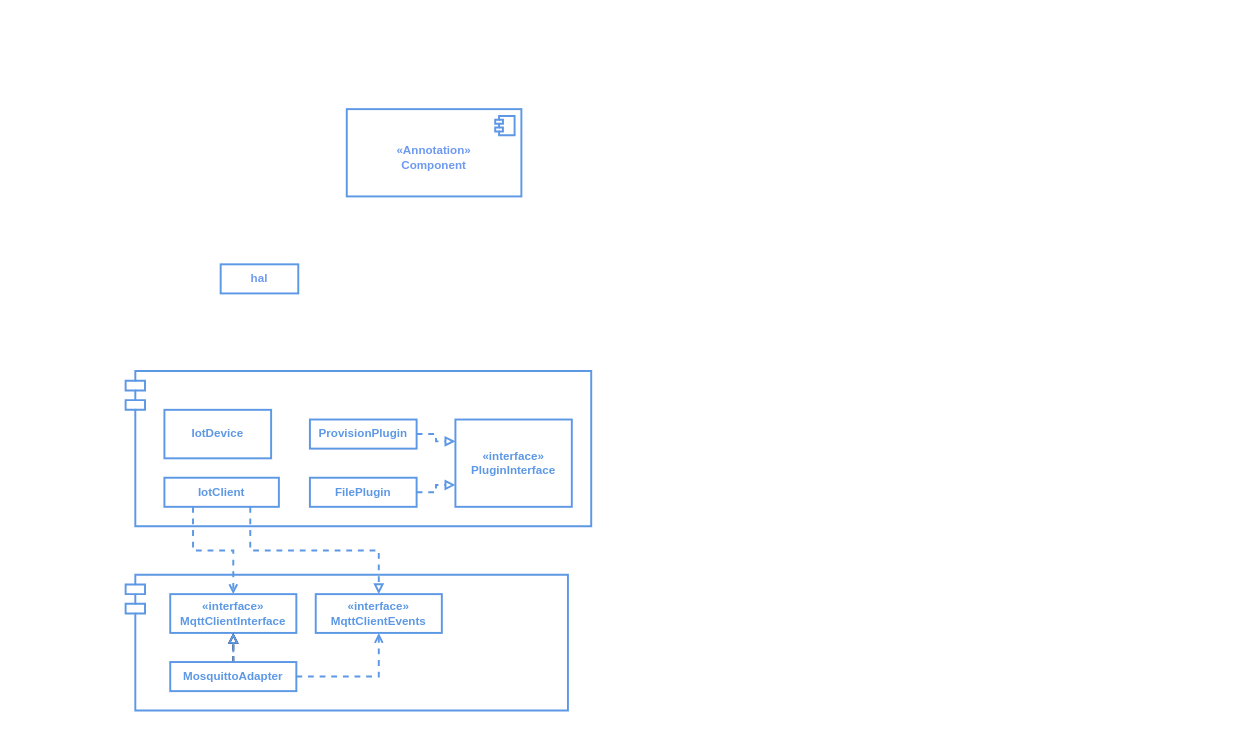
Earlier version of the draw.io diagram 割草机组件图.drawio (xunzhaoxusanduo/1-drawio). Source tidied: cells renumbered, new cells numbered last; positions are measured from the earlier drawing's top-left corner, leaving out a move shared by most shapes. Both pictures are drawn from the tidied source at 97%, with x=0, y=0 at pixel (125, 109).
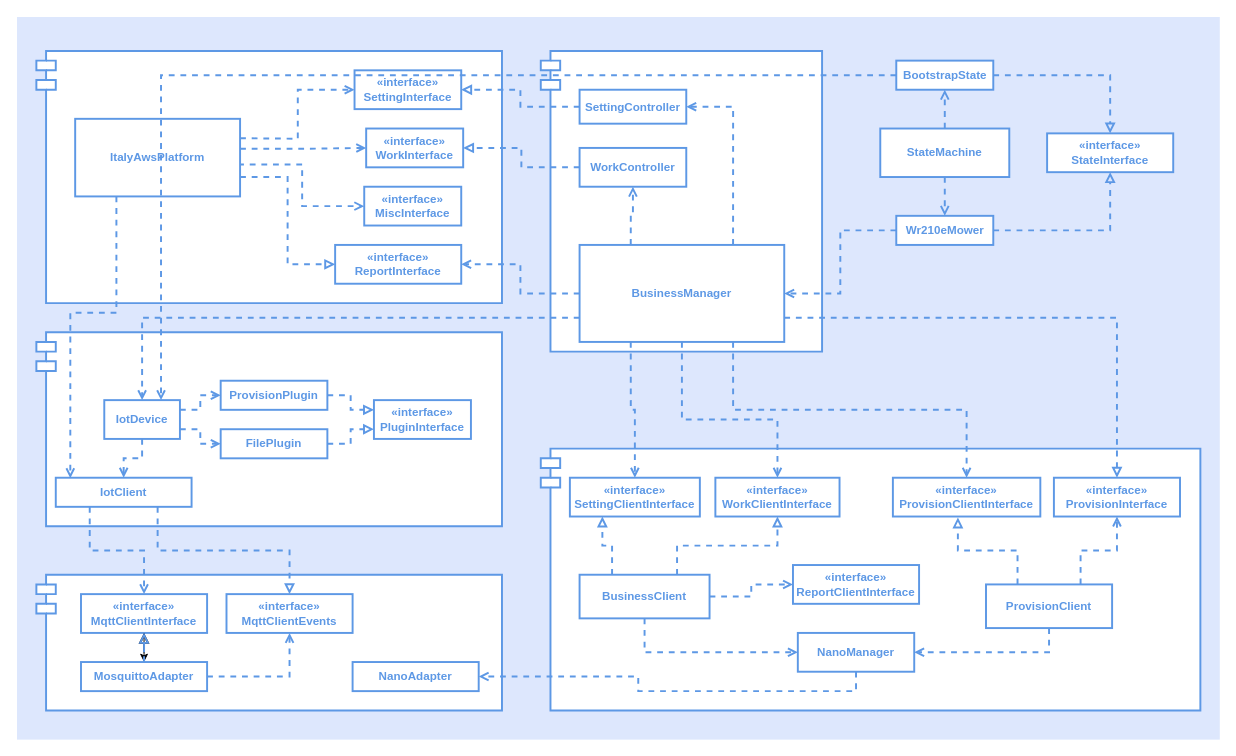
The same diagram, later.

Commit message:
更新割草机组件图.drawio

Diff of the diagram source:
```diff
@@
+    <mxCell id="22" style="rounded=0;whiteSpace=wrap;html=1;fillColor=#dde7fd;strokeColor=none;" parent="1" vertex="1">
+      <mxGeometry x="-112" y="-95" width="1240" height="745" as="geometry" />
+    </mxCell>
+    <mxCell id="23" style="shape=module;align=left;spacingLeft=20;align=center;verticalAlign=middle;whiteSpace=wrap;html=1;strokeColor=#5d98e5;fontColor=#6d99f1;fontStyle=1;spacingTop=10;strokeWidth=2;" parent="1" vertex="1">
+      <mxGeometry x="428" y="-60" width="290" height="310" as="geometry" />
+    </mxCell>
+    <mxCell id="24" style="shape=module;align=left;spacingLeft=20;align=center;verticalAlign=middle;whiteSpace=wrap;html=1;strokeColor=#5d98e5;fontColor=#6d99f1;fontStyle=1;spacingTop=10;strokeWidth=2;" parent="1" vertex="1">
+      <mxGeometry x="-92" y="-60" width="480" height="260" as="geometry" />
+    </mxCell>
+    <mxCell id="25" style="shape=module;align=left;spacingLeft=20;align=center;verticalAlign=middle;whiteSpace=wrap;html=1;strokeColor=#5d98e5;fontColor=#6d99f1;fontStyle=1;spacingTop=10;strokeWidth=2;" parent="1" vertex="1">
+      <mxGeometry x="428" y="350" width="680" height="270" as="geometry" />
+    </mxCell>
     <mxCell id="2" style="shape=module;align=left;spacingLeft=20;align=center;verticalAlign=middle;whiteSpace=wrap;html=1;strokeColor=#5d98e5;fontColor=#6d99f1;fontStyle=1;spacingTop=10;strokeWidth=2;" parent="1" vertex="1">
-      <mxGeometry y="480" width="456" height="140" as="geometry" />
+      <mxGeometry x="-92" y="480" width="480" height="140" as="geometry" />
     </mxCell>
-    <mxCell id="3" value="&lt;b&gt;hal&lt;/b&gt;" style="text;html=1;strokeColor=#5d98e5;fillColor=none;align=center;verticalAlign=middle;whiteSpace=wrap;rounded=0;strokeWidth=2;fontColor=#6d99f1;" parent="1" vertex="1">
-      <mxGeometry x="98" y="160" width="80" height="30" as="geometry" />
-    </mxCell>
-    <mxCell id="4" value="&amp;laquo;Annotation&amp;raquo;&lt;br/&gt;&lt;b&gt;Component&lt;/b&gt;" style="html=1;whiteSpace=wrap;strokeColor=#5d98e5;fontColor=#6d99f1;fontStyle=1;spacingTop=10;strokeWidth=2;" parent="1" vertex="1">
-      <mxGeometry x="228" width="180" height="90" as="geometry" />
-    </mxCell>
-    <mxCell id="5" style="shape=module;jettyWidth=8;jettyHeight=4;strokeColor=#5d98e5;fontColor=#6d99f1;fontStyle=1;spacingTop=10;strokeWidth=2;" parent="4" vertex="1">
-      <mxGeometry x="1" width="20" height="20" relative="1" as="geometry">
-        <mxPoint x="-27" y="7" as="offset" />
-      </mxGeometry>
-    </mxCell>
+    <mxCell id="26" style="edgeStyle=orthogonalEdgeStyle;rounded=0;jettySize=auto;html=1;" parent="1" edge="1" source="6" target="10">
+      <mxGeometry relative="1" as="geometry" />
+    </mxCell>
     <mxCell id="6" value="&lt;font color=&quot;#5d98e5&quot;&gt;&lt;b&gt;«interface»&lt;br&gt;MqttClientInterface&lt;/b&gt;&lt;br&gt;&lt;/font&gt;" style="html=1;whiteSpace=wrap;strokeWidth=2;strokeColor=#5d98e5;" parent="1" vertex="1">
-      <mxGeometry x="46" y="500" width="130" height="40" as="geometry" />
+      <mxGeometry x="-46" y="500" width="130" height="40" as="geometry" />
     </mxCell>
@@
     <mxCell id="10" value="&lt;font color=&quot;#5d98e5&quot;&gt;&lt;b&gt;MosquittoAdapter&lt;/b&gt;&lt;/font&gt;" style="html=1;whiteSpace=wrap;strokeColor=#5d98e5;strokeWidth=2;" parent="1" vertex="1">
-      <mxGeometry x="46" y="570" width="130" height="30" as="geometry" />
+      <mxGeometry x="-46" y="570" width="130" height="30" as="geometry" />
     </mxCell>
     <mxCell id="11" value="&lt;font color=&quot;#5d98e5&quot;&gt;&lt;b&gt;«interface»&lt;br&gt;MqttClientEvents&lt;/b&gt;&lt;br&gt;&lt;/font&gt;" style="html=1;whiteSpace=wrap;strokeWidth=2;strokeColor=#5d98e5;" parent="1" vertex="1">
-      <mxGeometry x="196" y="500" width="130" height="40" as="geometry" />
+      <mxGeometry x="104" y="500" width="130" height="40" as="geometry" />
     </mxCell>
     <mxCell id="12" style="shape=module;align=left;spacingLeft=20;align=center;verticalAlign=middle;whiteSpace=wrap;html=1;strokeColor=#5d98e5;fontColor=#6d99f1;fontStyle=1;spacingTop=10;strokeWidth=2;" parent="1" vertex="1">
-      <mxGeometry y="270" width="480" height="160" as="geometry" />
+      <mxGeometry x="-92" y="230" width="480" height="200" as="geometry" />
     </mxCell>
+    <mxCell id="27" style="edgeStyle=orthogonalEdgeStyle;rounded=0;jettySize=auto;html=1;exitX=0.5;exitY=1;exitDx=0;exitDy=0;endArrow=open;strokeColor=#5d98e5;endFill=0;strokeWidth=2;dashed=1;" parent="1" edge="1" source="13" target="21">
+      <mxGeometry relative="1" as="geometry" />
+    </mxCell>
+    <mxCell id="28" style="edgeStyle=orthogonalEdgeStyle;rounded=0;jettySize=auto;html=1;exitX=1;exitY=0.75;exitDx=0;exitDy=0;entryX=0;entryY=0.5;entryDx=0;entryDy=0;endArrow=open;strokeColor=#5d98e5;endFill=0;strokeWidth=2;dashed=1;" parent="1" edge="1" source="13" target="18">
+      <mxGeometry relative="1" as="geometry" />
+    </mxCell>
+    <mxCell id="29" style="edgeStyle=orthogonalEdgeStyle;rounded=0;jettySize=auto;html=1;exitX=1;exitY=0.25;exitDx=0;exitDy=0;entryX=0;entryY=0.5;entryDx=0;entryDy=0;endArrow=open;strokeColor=#5d98e5;endFill=0;strokeWidth=2;dashed=1;" parent="1" edge="1" source="13" target="16">
+      <mxGeometry relative="1" as="geometry" />
+    </mxCell>
     <mxCell id="13" value="&lt;font color=&quot;#5d98e5&quot;&gt;&lt;b&gt;IotDevice&lt;/b&gt;&lt;/font&gt;" style="html=1;whiteSpace=wrap;strokeColor=#5d98e5;strokeWidth=2;" parent="1" vertex="1">
-      <mxGeometry x="40" y="310" width="110" height="50" as="geometry" />
+      <mxGeometry x="-22" y="300" width="78" height="40" as="geometry" />
     </mxCell>
     <mxCell id="14" value="&lt;font color=&quot;#5d98e5&quot;&gt;&lt;b&gt;«interface»&lt;br&gt;PluginInterface&lt;/b&gt;&lt;br&gt;&lt;/font&gt;" style="html=1;whiteSpace=wrap;strokeWidth=2;strokeColor=#5d98e5;" parent="1" vertex="1">
-      <mxGeometry x="340" y="320" width="120" height="90" as="geometry" />
+      <mxGeometry x="256" y="300" width="100" height="40" as="geometry" />
     </mxCell>
@@
     <mxCell id="16" value="&lt;font color=&quot;#5d98e5&quot;&gt;&lt;b&gt;ProvisionPlugin&lt;/b&gt;&lt;/font&gt;" style="html=1;whiteSpace=wrap;strokeColor=#5d98e5;strokeWidth=2;" parent="1" vertex="1">
-      <mxGeometry x="190" y="320" width="110" height="30" as="geometry" />
+      <mxGeometry x="98" y="280" width="110" height="30" as="geometry" />
     </mxCell>
@@
     <mxCell id="18" value="&lt;font color=&quot;#5d98e5&quot;&gt;&lt;b&gt;FilePlugin&lt;/b&gt;&lt;/font&gt;" style="html=1;whiteSpace=wrap;strokeColor=#5d98e5;strokeWidth=2;" parent="1" vertex="1">
-      <mxGeometry x="190" y="380" width="110" height="30" as="geometry" />
+      <mxGeometry x="98" y="330" width="110" height="30" as="geometry" />
     </mxCell>
@@
     <mxCell id="21" value="&lt;font color=&quot;#5d98e5&quot;&gt;&lt;b&gt;IotClient&lt;/b&gt;&lt;/font&gt;" style="html=1;whiteSpace=wrap;strokeColor=#5d98e5;strokeWidth=2;" parent="1" vertex="1">
-      <mxGeometry x="40" y="380" width="118" height="30" as="geometry" />
+      <mxGeometry x="-72" y="380" width="140" height="30" as="geometry" />
     </mxCell>
+    <mxCell id="30" value="&lt;font color=&quot;#5d98e5&quot;&gt;&lt;b&gt;«interface»&lt;br&gt;SettingInterface&lt;/b&gt;&lt;br&gt;&lt;/font&gt;" style="html=1;whiteSpace=wrap;strokeWidth=2;strokeColor=#5d98e5;" parent="1" vertex="1">
+      <mxGeometry x="236" y="-40" width="110" height="40" as="geometry" />
+    </mxCell>
+    <mxCell id="31" value="&lt;font color=&quot;#5d98e5&quot;&gt;&lt;b&gt;«interface»&lt;br&gt;WorkInterface&lt;/b&gt;&lt;br&gt;&lt;/font&gt;" style="html=1;whiteSpace=wrap;strokeWidth=2;strokeColor=#5d98e5;" parent="1" vertex="1">
+      <mxGeometry x="248" y="20" width="100" height="40" as="geometry" />
+    </mxCell>
+    <mxCell id="32" value="&lt;font color=&quot;#5d98e5&quot;&gt;&lt;b&gt;«interface»&lt;br&gt;MiscInterface&lt;/b&gt;&lt;br&gt;&lt;/font&gt;" style="html=1;whiteSpace=wrap;strokeWidth=2;strokeColor=#5d98e5;" parent="1" vertex="1">
+      <mxGeometry x="246" y="80" width="100" height="40" as="geometry" />
+    </mxCell>
+    <mxCell id="33" value="&lt;font color=&quot;#5d98e5&quot;&gt;&lt;b&gt;«interface»&lt;br&gt;ReportInterface&lt;/b&gt;&lt;br&gt;&lt;/font&gt;" style="html=1;whiteSpace=wrap;strokeWidth=2;strokeColor=#5d98e5;" parent="1" vertex="1">
+      <mxGeometry x="216" y="140" width="130" height="40" as="geometry" />
+    </mxCell>
+    <mxCell id="34" style="edgeStyle=orthogonalEdgeStyle;rounded=0;jettySize=auto;html=1;entryX=0;entryY=0.5;entryDx=0;entryDy=0;endArrow=open;strokeColor=#5d98e5;endFill=0;strokeWidth=2;dashed=1;" parent="1" edge="1" target="30">
+      <mxGeometry relative="1" as="geometry">
+        <mxPoint x="118" y="30" as="sourcePoint" />
+      </mxGeometry>
+    </mxCell>
+    <mxCell id="35" style="edgeStyle=orthogonalEdgeStyle;rounded=0;jettySize=auto;html=1;exitX=1;exitY=0.386;exitDx=0;exitDy=0;exitPerimeter=0;endArrow=open;strokeColor=#5d98e5;endFill=0;strokeWidth=2;dashed=1;" parent="1" edge="1" source="38" target="31">
+      <mxGeometry relative="1" as="geometry" />
+    </mxCell>
+    <mxCell id="36" style="edgeStyle=orthogonalEdgeStyle;rounded=0;jettySize=auto;html=1;exitX=0.988;exitY=0.588;exitDx=0;exitDy=0;entryX=0;entryY=0.5;entryDx=0;entryDy=0;exitPerimeter=0;endArrow=open;strokeColor=#5d98e5;endFill=0;strokeWidth=2;dashed=1;" parent="1" edge="1" source="38" target="32">
+      <mxGeometry relative="1" as="geometry" />
+    </mxCell>
+    <mxCell id="37" style="edgeStyle=orthogonalEdgeStyle;rounded=0;jettySize=auto;html=1;exitX=1;exitY=0.75;exitDx=0;exitDy=0;entryX=0;entryY=0.5;entryDx=0;entryDy=0;endArrow=block;strokeColor=#5d98e5;strokeWidth=2;dashed=1;endFill=0;" parent="1" edge="1" source="38" target="33">
+      <mxGeometry relative="1" as="geometry" />
+    </mxCell>
+    <mxCell id="38" value="&lt;font color=&quot;#5d98e5&quot;&gt;&lt;b&gt;ItalyAwsPlatform&lt;/b&gt;&lt;/font&gt;" style="html=1;whiteSpace=wrap;strokeColor=#5d98e5;strokeWidth=2;" parent="1" vertex="1">
+      <mxGeometry x="-52" y="10" width="170" height="80" as="geometry" />
+    </mxCell>
+    <mxCell id="39" style="edgeStyle=orthogonalEdgeStyle;rounded=0;jettySize=auto;html=1;exitX=0;exitY=0.5;exitDx=0;exitDy=0;endArrow=block;strokeColor=#5d98e5;strokeWidth=2;dashed=1;endFill=0;" parent="1" edge="1" source="40" target="31">
+      <mxGeometry relative="1" as="geometry" />
+    </mxCell>
+    <mxCell id="40" value="&lt;font color=&quot;#5d98e5&quot;&gt;&lt;b&gt;WorkController&lt;/b&gt;&lt;/font&gt;" style="html=1;whiteSpace=wrap;strokeColor=#5d98e5;strokeWidth=2;" parent="1" vertex="1">
+      <mxGeometry x="468" y="40" width="110" height="40" as="geometry" />
+    </mxCell>
+    <mxCell id="41" style="edgeStyle=orthogonalEdgeStyle;rounded=0;jettySize=auto;html=1;exitX=0;exitY=0.5;exitDx=0;exitDy=0;entryX=1;entryY=0.5;entryDx=0;entryDy=0;endArrow=block;strokeColor=#5d98e5;strokeWidth=2;dashed=1;endFill=0;" parent="1" edge="1" source="42" target="30">
+      <mxGeometry relative="1" as="geometry" />
+    </mxCell>
+    <mxCell id="42" value="&lt;font color=&quot;#5d98e5&quot;&gt;&lt;b&gt;SettingController&lt;/b&gt;&lt;/font&gt;" style="html=1;whiteSpace=wrap;strokeColor=#5d98e5;strokeWidth=2;" parent="1" vertex="1">
+      <mxGeometry x="468" y="-20" width="110" height="35" as="geometry" />
+    </mxCell>
+    <mxCell id="43" style="edgeStyle=orthogonalEdgeStyle;rounded=0;jettySize=auto;html=1;exitX=0;exitY=0.5;exitDx=0;exitDy=0;entryX=1;entryY=0.5;entryDx=0;entryDy=0;endArrow=open;strokeColor=#5d98e5;strokeWidth=2;dashed=1;endFill=0;" parent="1" edge="1" source="51" target="33">
+      <mxGeometry relative="1" as="geometry" />
+    </mxCell>
+    <mxCell id="44" style="edgeStyle=orthogonalEdgeStyle;rounded=0;jettySize=auto;html=1;exitX=0.25;exitY=1;exitDx=0;exitDy=0;endArrow=open;strokeColor=#5d98e5;strokeWidth=2;dashed=1;endFill=0;" parent="1" edge="1" source="51" target="69">
+      <mxGeometry relative="1" as="geometry" />
+    </mxCell>
+    <mxCell id="45" style="edgeStyle=orthogonalEdgeStyle;rounded=0;jettySize=auto;html=1;exitX=0.5;exitY=1;exitDx=0;exitDy=0;entryX=0.5;entryY=0;entryDx=0;entryDy=0;endArrow=open;strokeColor=#5d98e5;strokeWidth=2;dashed=1;endFill=0;" parent="1" edge="1" source="51" target="70">
+      <mxGeometry relative="1" as="geometry">
+        <Array as="points">
+          <mxPoint x="574" y="320" />
+          <mxPoint x="672" y="320" />
+        </Array>
+      </mxGeometry>
+    </mxCell>
+    <mxCell id="46" style="edgeStyle=orthogonalEdgeStyle;rounded=0;jettySize=auto;html=1;exitX=0.75;exitY=1;exitDx=0;exitDy=0;entryX=0.5;entryY=0;entryDx=0;entryDy=0;endArrow=open;strokeColor=#5d98e5;strokeWidth=2;dashed=1;endFill=0;" parent="1" edge="1" source="51" target="68">
+      <mxGeometry relative="1" as="geometry" />
+    </mxCell>
+    <mxCell id="47" style="edgeStyle=orthogonalEdgeStyle;rounded=0;jettySize=auto;html=1;exitX=1;exitY=0.75;exitDx=0;exitDy=0;entryX=0.5;entryY=0;entryDx=0;entryDy=0;endArrow=block;strokeColor=#5d98e5;strokeWidth=2;dashed=1;endFill=0;" parent="1" edge="1" source="51" target="67">
+      <mxGeometry relative="1" as="geometry" />
+    </mxCell>
+    <mxCell id="48" style="edgeStyle=orthogonalEdgeStyle;rounded=0;jettySize=auto;html=1;exitX=0.25;exitY=0;exitDx=0;exitDy=0;entryX=0.5;entryY=1;entryDx=0;entryDy=0;endArrow=open;strokeColor=#5d98e5;strokeWidth=2;dashed=1;endFill=0;" parent="1" edge="1" source="51" target="40">
+      <mxGeometry relative="1" as="geometry" />
+    </mxCell>
+    <mxCell id="49" style="edgeStyle=orthogonalEdgeStyle;rounded=0;jettySize=auto;html=1;exitX=0.75;exitY=0;exitDx=0;exitDy=0;entryX=1;entryY=0.5;entryDx=0;entryDy=0;endArrow=open;strokeColor=#5d98e5;strokeWidth=2;dashed=1;endFill=0;" parent="1" edge="1" source="51" target="42">
+      <mxGeometry relative="1" as="geometry" />
+    </mxCell>
+    <mxCell id="50" style="edgeStyle=orthogonalEdgeStyle;rounded=0;jettySize=auto;html=1;exitX=0;exitY=0.75;exitDx=0;exitDy=0;entryX=0.5;entryY=0;entryDx=0;entryDy=0;endArrow=open;strokeColor=#5d98e5;strokeWidth=2;dashed=1;endFill=0;" parent="1" edge="1" source="51" target="13">
+      <mxGeometry relative="1" as="geometry" />
+    </mxCell>
+    <mxCell id="51" value="&lt;font color=&quot;#5d98e5&quot;&gt;&lt;b&gt;BusinessManager&lt;/b&gt;&lt;/font&gt;" style="html=1;whiteSpace=wrap;strokeColor=#5d98e5;strokeWidth=2;" parent="1" vertex="1">
+      <mxGeometry x="468" y="140" width="211" height="100" as="geometry" />
+    </mxCell>
+    <mxCell id="52" value="&lt;font color=&quot;#5d98e5&quot;&gt;&lt;b&gt;«interface»&lt;br&gt;StateInterface&lt;/b&gt;&lt;br&gt;&lt;/font&gt;" style="html=1;whiteSpace=wrap;strokeWidth=2;strokeColor=#5d98e5;" parent="1" vertex="1">
+      <mxGeometry x="950" y="25" width="130" height="40" as="geometry" />
+    </mxCell>
+    <mxCell id="53" style="edgeStyle=orthogonalEdgeStyle;rounded=0;jettySize=auto;html=1;exitX=1;exitY=0.5;exitDx=0;exitDy=0;entryX=0.5;entryY=0;entryDx=0;entryDy=0;endArrow=block;strokeColor=#5d98e5;strokeWidth=2;dashed=1;endFill=0;" parent="1" edge="1" source="55" target="52">
+      <mxGeometry relative="1" as="geometry" />
+    </mxCell>
+    <mxCell id="54" style="edgeStyle=orthogonalEdgeStyle;rounded=0;jettySize=auto;html=1;exitX=0;exitY=0.5;exitDx=0;exitDy=0;entryX=0.75;entryY=0;entryDx=0;entryDy=0;endArrow=open;strokeColor=#5d98e5;strokeWidth=2;dashed=1;endFill=0;" parent="1" edge="1" source="55" target="13">
+      <mxGeometry relative="1" as="geometry" />
+    </mxCell>
+    <mxCell id="55" value="&lt;font color=&quot;#5d98e5&quot;&gt;&lt;b&gt;BootstrapState&lt;/b&gt;&lt;/font&gt;" style="html=1;whiteSpace=wrap;strokeColor=#5d98e5;strokeWidth=2;" parent="1" vertex="1">
+      <mxGeometry x="794.5" y="-50" width="100" height="30" as="geometry" />
+    </mxCell>
+    <mxCell id="56" style="edgeStyle=orthogonalEdgeStyle;rounded=0;jettySize=auto;html=1;exitX=0.5;exitY=1;exitDx=0;exitDy=0;entryX=0.5;entryY=0;entryDx=0;entryDy=0;endArrow=open;strokeColor=#5d98e5;strokeWidth=2;dashed=1;endFill=0;" parent="1" edge="1" source="58" target="61">
+      <mxGeometry relative="1" as="geometry" />
+    </mxCell>
+    <mxCell id="57" style="edgeStyle=orthogonalEdgeStyle;rounded=0;jettySize=auto;html=1;exitX=0.5;exitY=0;exitDx=0;exitDy=0;entryX=0.5;entryY=1;entryDx=0;entryDy=0;endArrow=open;strokeColor=#5d98e5;strokeWidth=2;dashed=1;endFill=0;" parent="1" edge="1" source="58" target="55">
+      <mxGeometry relative="1" as="geometry" />
+    </mxCell>
+    <mxCell id="58" value="&lt;font color=&quot;#5d98e5&quot;&gt;&lt;b&gt;StateMachine&lt;/b&gt;&lt;/font&gt;" style="html=1;whiteSpace=wrap;strokeColor=#5d98e5;strokeWidth=2;" parent="1" vertex="1">
+      <mxGeometry x="778" y="20" width="133" height="50" as="geometry" />
+    </mxCell>
+    <mxCell id="59" style="edgeStyle=orthogonalEdgeStyle;rounded=0;jettySize=auto;html=1;exitX=1;exitY=0.5;exitDx=0;exitDy=0;entryX=0.5;entryY=1;entryDx=0;entryDy=0;endArrow=block;strokeColor=#5d98e5;strokeWidth=2;dashed=1;endFill=0;" parent="1" edge="1" source="61" target="52">
+      <mxGeometry relative="1" as="geometry" />
+    </mxCell>
+    <mxCell id="60" style="edgeStyle=orthogonalEdgeStyle;rounded=0;jettySize=auto;html=1;exitX=0;exitY=0.5;exitDx=0;exitDy=0;entryX=1;entryY=0.5;entryDx=0;entryDy=0;endArrow=open;strokeColor=#5d98e5;strokeWidth=2;dashed=1;endFill=0;" parent="1" edge="1" source="61" target="51">
+      <mxGeometry relative="1" as="geometry" />
+    </mxCell>
+    <mxCell id="61" value="&lt;font color=&quot;#5d98e5&quot;&gt;&lt;b&gt;Wr210eMower&lt;/b&gt;&lt;/font&gt;" style="html=1;whiteSpace=wrap;strokeColor=#5d98e5;strokeWidth=2;" parent="1" vertex="1">
+      <mxGeometry x="794.5" y="110" width="100" height="30" as="geometry" />
+    </mxCell>
+    <mxCell id="62" style="edgeStyle=orthogonalEdgeStyle;rounded=0;jettySize=auto;html=1;exitX=0.25;exitY=0;exitDx=0;exitDy=0;entryX=0.25;entryY=1;entryDx=0;entryDy=0;endArrow=block;strokeColor=#5d98e5;strokeWidth=2;dashed=1;endFill=0;" parent="1" edge="1" source="66" target="69">
+      <mxGeometry relative="1" as="geometry" />
+    </mxCell>
+    <mxCell id="63" style="edgeStyle=orthogonalEdgeStyle;rounded=0;jettySize=auto;html=1;exitX=0.75;exitY=0;exitDx=0;exitDy=0;entryX=0.5;entryY=1;entryDx=0;entryDy=0;endArrow=block;strokeColor=#5d98e5;strokeWidth=2;dashed=1;endFill=0;" parent="1" edge="1" source="66" target="70">
+      <mxGeometry relative="1" as="geometry" />
+    </mxCell>
+    <mxCell id="64" style="edgeStyle=orthogonalEdgeStyle;rounded=0;jettySize=auto;html=1;exitX=1;exitY=0.5;exitDx=0;exitDy=0;entryX=0;entryY=0.5;entryDx=0;entryDy=0;endArrow=open;strokeColor=#5d98e5;endFill=0;strokeWidth=2;dashed=1;" parent="1" edge="1" source="66" target="71">
+      <mxGeometry relative="1" as="geometry" />
+    </mxCell>
+    <mxCell id="65" style="edgeStyle=orthogonalEdgeStyle;rounded=0;jettySize=auto;html=1;exitX=0.5;exitY=1;exitDx=0;exitDy=0;entryX=0;entryY=0.5;entryDx=0;entryDy=0;endArrow=open;strokeColor=#5d98e5;endFill=0;strokeWidth=2;dashed=1;" parent="1" edge="1" source="66" target="78">
+      <mxGeometry relative="1" as="geometry" />
+    </mxCell>
+    <mxCell id="66" value="&lt;font color=&quot;#5d98e5&quot;&gt;&lt;b&gt;BusinessClient&lt;/b&gt;&lt;/font&gt;" style="html=1;whiteSpace=wrap;strokeColor=#5d98e5;strokeWidth=2;" parent="1" vertex="1">
+      <mxGeometry x="468" y="480" width="134" height="45" as="geometry" />
+    </mxCell>
+    <mxCell id="67" value="&lt;font color=&quot;#5d98e5&quot;&gt;&lt;b&gt;«interface»&lt;br&gt;ProvisionInterface&lt;/b&gt;&lt;br&gt;&lt;/font&gt;" style="html=1;whiteSpace=wrap;strokeWidth=2;strokeColor=#5d98e5;" parent="1" vertex="1">
+      <mxGeometry x="957" y="380" width="130" height="40" as="geometry" />
+    </mxCell>
+    <mxCell id="68" value="&lt;font color=&quot;#5d98e5&quot;&gt;&lt;b&gt;«interface»&lt;br&gt;ProvisionClientInterface&lt;/b&gt;&lt;br&gt;&lt;/font&gt;" style="html=1;whiteSpace=wrap;strokeWidth=2;strokeColor=#5d98e5;" parent="1" vertex="1">
+      <mxGeometry x="791" y="380" width="152" height="40" as="geometry" />
+    </mxCell>
+    <mxCell id="69" value="&lt;font color=&quot;#5d98e5&quot;&gt;&lt;b&gt;«interface»&lt;br&gt;SettingClientInterface&lt;/b&gt;&lt;br&gt;&lt;/font&gt;" style="html=1;whiteSpace=wrap;strokeWidth=2;strokeColor=#5d98e5;" parent="1" vertex="1">
+      <mxGeometry x="458" y="380" width="134" height="40" as="geometry" />
+    </mxCell>
+    <mxCell id="70" value="&lt;font color=&quot;#5d98e5&quot;&gt;&lt;b&gt;«interface»&lt;br&gt;WorkClientInterface&lt;/b&gt;&lt;br&gt;&lt;/font&gt;" style="html=1;whiteSpace=wrap;strokeWidth=2;strokeColor=#5d98e5;" parent="1" vertex="1">
+      <mxGeometry x="608" y="380" width="128" height="40" as="geometry" />
+    </mxCell>
+    <mxCell id="71" value="&lt;font color=&quot;#5d98e5&quot;&gt;&lt;b&gt;«interface»&lt;br&gt;ReportClientInterface&lt;/b&gt;&lt;br&gt;&lt;/font&gt;" style="html=1;whiteSpace=wrap;strokeWidth=2;strokeColor=#5d98e5;" parent="1" vertex="1">
+      <mxGeometry x="688" y="470" width="130" height="40" as="geometry" />
+    </mxCell>
+    <mxCell id="72" style="edgeStyle=orthogonalEdgeStyle;rounded=0;jettySize=auto;html=1;exitX=0.75;exitY=0;exitDx=0;exitDy=0;entryX=0.5;entryY=1;entryDx=0;entryDy=0;endArrow=open;strokeColor=#5d98e5;strokeWidth=2;dashed=1;endFill=0;" parent="1" edge="1" source="74" target="67">
+      <mxGeometry relative="1" as="geometry" />
+    </mxCell>
+    <mxCell id="73" style="edgeStyle=orthogonalEdgeStyle;rounded=0;jettySize=auto;html=1;exitX=0.5;exitY=1;exitDx=0;exitDy=0;entryX=1;entryY=0.5;entryDx=0;entryDy=0;endArrow=open;strokeColor=#5d98e5;endFill=0;strokeWidth=2;dashed=1;" parent="1" edge="1" source="74" target="78">
+      <mxGeometry relative="1" as="geometry" />
+    </mxCell>
+    <mxCell id="74" value="&lt;font color=&quot;#5d98e5&quot;&gt;&lt;b&gt;ProvisionClient&lt;/b&gt;&lt;/font&gt;" style="html=1;whiteSpace=wrap;strokeColor=#5d98e5;strokeWidth=2;" parent="1" vertex="1">
+      <mxGeometry x="887" y="490" width="130" height="45" as="geometry" />
+    </mxCell>
+    <mxCell id="75" style="edgeStyle=orthogonalEdgeStyle;rounded=0;jettySize=auto;html=1;exitX=0.25;exitY=0;exitDx=0;exitDy=0;entryX=0.441;entryY=1.025;entryDx=0;entryDy=0;entryPerimeter=0;endArrow=block;strokeColor=#5d98e5;strokeWidth=2;dashed=1;endFill=0;" parent="1" edge="1" source="74" target="68">
+      <mxGeometry relative="1" as="geometry" />
+    </mxCell>
+    <mxCell id="76" value="&lt;font color=&quot;#5d98e5&quot;&gt;&lt;b&gt;NanoAdapter&lt;/b&gt;&lt;/font&gt;" style="html=1;whiteSpace=wrap;strokeColor=#5d98e5;strokeWidth=2;" parent="1" vertex="1">
+      <mxGeometry x="234" y="570" width="130" height="30" as="geometry" />
+    </mxCell>
+    <mxCell id="77" style="edgeStyle=orthogonalEdgeStyle;rounded=0;jettySize=auto;html=1;exitX=0.5;exitY=1;exitDx=0;exitDy=0;entryX=1;entryY=0.5;entryDx=0;entryDy=0;endArrow=open;strokeColor=#5d98e5;endFill=0;strokeWidth=2;dashed=1;" parent="1" edge="1" source="78" target="76">
+      <mxGeometry relative="1" as="geometry" />
+    </mxCell>
+    <mxCell id="78" value="&lt;font color=&quot;#5d98e5&quot;&gt;&lt;b&gt;NanoManager&lt;/b&gt;&lt;/font&gt;" style="html=1;whiteSpace=wrap;strokeColor=#5d98e5;strokeWidth=2;" parent="1" vertex="1">
+      <mxGeometry x="693" y="540" width="120" height="40" as="geometry" />
+    </mxCell>
+    <mxCell id="79" style="edgeStyle=orthogonalEdgeStyle;rounded=0;jettySize=auto;html=1;exitX=0.25;exitY=1;exitDx=0;exitDy=0;entryX=0.107;entryY=0.017;entryDx=0;entryDy=0;entryPerimeter=0;endArrow=open;strokeColor=#5d98e5;endFill=0;strokeWidth=2;dashed=1;" parent="1" edge="1" source="38" target="21">
+      <mxGeometry relative="1" as="geometry">
+        <Array as="points">
+          <mxPoint x="-9" y="210" />
+          <mxPoint x="-57" y="210" />
+        </Array>
+      </mxGeometry>
+    </mxCell>
```
